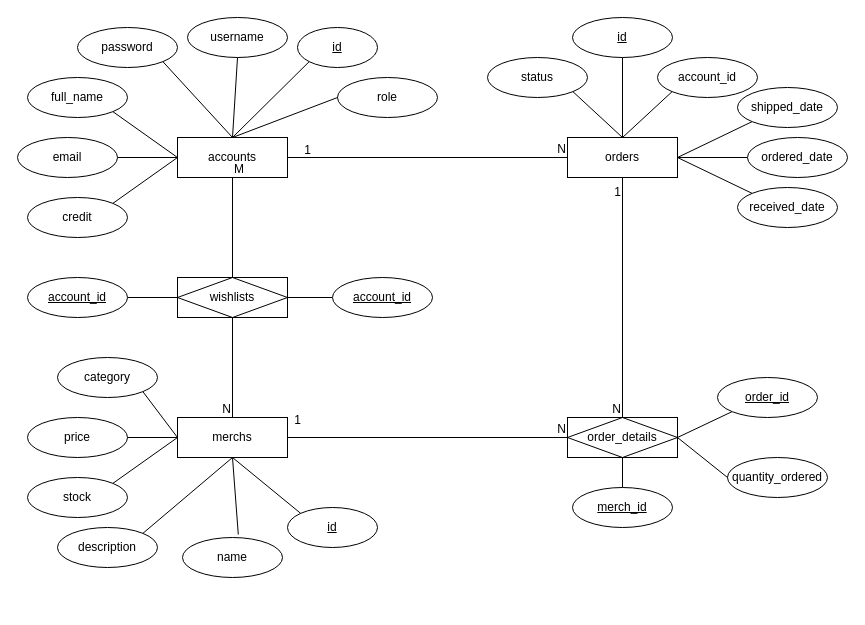
Before: Untitled Diagram.drawio in GumaMohdor/Hallyuin-UTS.ver, a draw.io diagram. Source tidied: cells renumbered, new cells numbered last; positions are measured from the earlier drawing's top-left corner, leaving out a move shared by most shapes. Both pictures are drawn from the tidied source at 100%, with x=0, y=0 at pixel (17, 17).
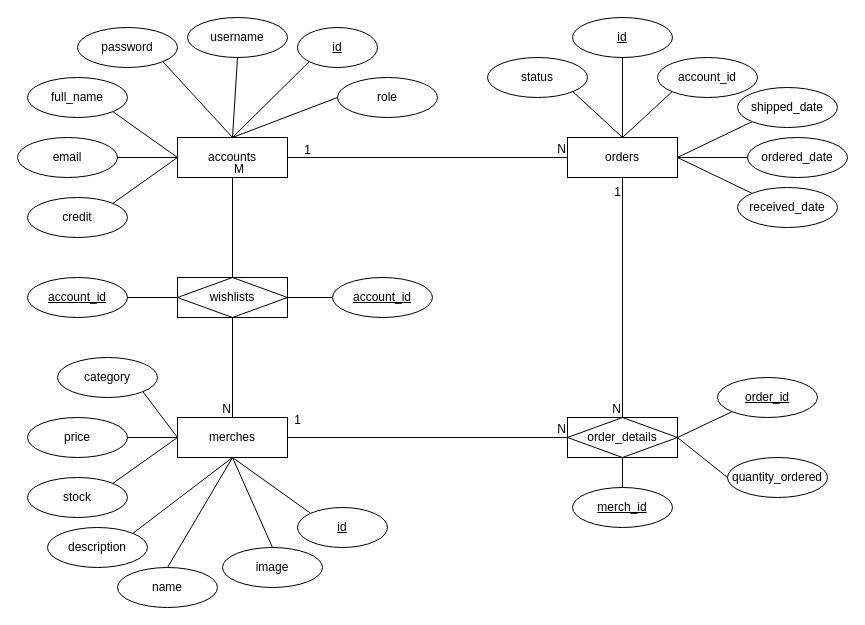
The same diagram, later.

What changed in the source:
```diff
@@
-    <mxCell id="15" value="merchs" style="whiteSpace=wrap;html=1;align=center;" parent="1" vertex="1">
+    <mxCell id="15" value="merches" style="whiteSpace=wrap;html=1;align=center;" parent="1" vertex="1">
       <mxGeometry x="160" y="400" width="110" height="40" as="geometry" />
     </mxCell>
     <mxCell id="16" value="id" style="ellipse;whiteSpace=wrap;html=1;align=center;fontStyle=4;" parent="1" vertex="1">
-      <mxGeometry x="270" y="490" width="90" height="40" as="geometry" />
+      <mxGeometry x="280" y="490" width="90" height="40" as="geometry" />
     </mxCell>
@@
     <mxCell id="18" value="name" style="ellipse;whiteSpace=wrap;html=1;align=center;" parent="1" vertex="1">
-      <mxGeometry x="165" y="520" width="100" height="40" as="geometry" />
+      <mxGeometry x="100" y="550" width="100" height="40" as="geometry" />
     </mxCell>
-    <mxCell id="19" style="endArrow=none;html=1;rounded=0;exitX=0.5;exitY=1;exitDx=0;exitDy=0;entryX=0.558;entryY=-0.075;entryDx=0;entryDy=0;entryPerimeter=0;" parent="1" edge="1" source="15" target="18">
+    <mxCell id="19" style="endArrow=none;html=1;rounded=0;exitX=0.5;exitY=1;exitDx=0;exitDy=0;entryX=0.5;entryY=0;entryDx=0;entryDy=0;" parent="1" edge="1" source="15" target="18">
       <mxGeometry relative="1" as="geometry" />
     </mxCell>
     <mxCell id="20" value="description" style="ellipse;whiteSpace=wrap;html=1;align=center;" parent="1" vertex="1">
-      <mxGeometry x="40" y="510" width="100" height="40" as="geometry" />
+      <mxGeometry x="30" y="510" width="100" height="40" as="geometry" />
     </mxCell>
@@
+    <mxCell id="67" value="image" style="ellipse;whiteSpace=wrap;html=1;align=center;" parent="1" vertex="1">
+      <mxGeometry x="205" y="530" width="100" height="40" as="geometry" />
+    </mxCell>
+    <mxCell id="68" style="endArrow=none;html=1;rounded=0;exitX=0.5;exitY=0;exitDx=0;exitDy=0;entryX=0.5;entryY=1;entryDx=0;entryDy=0;" parent="1" edge="1" source="67" target="15">
+      <mxGeometry relative="1" as="geometry" />
+    </mxCell>
```
